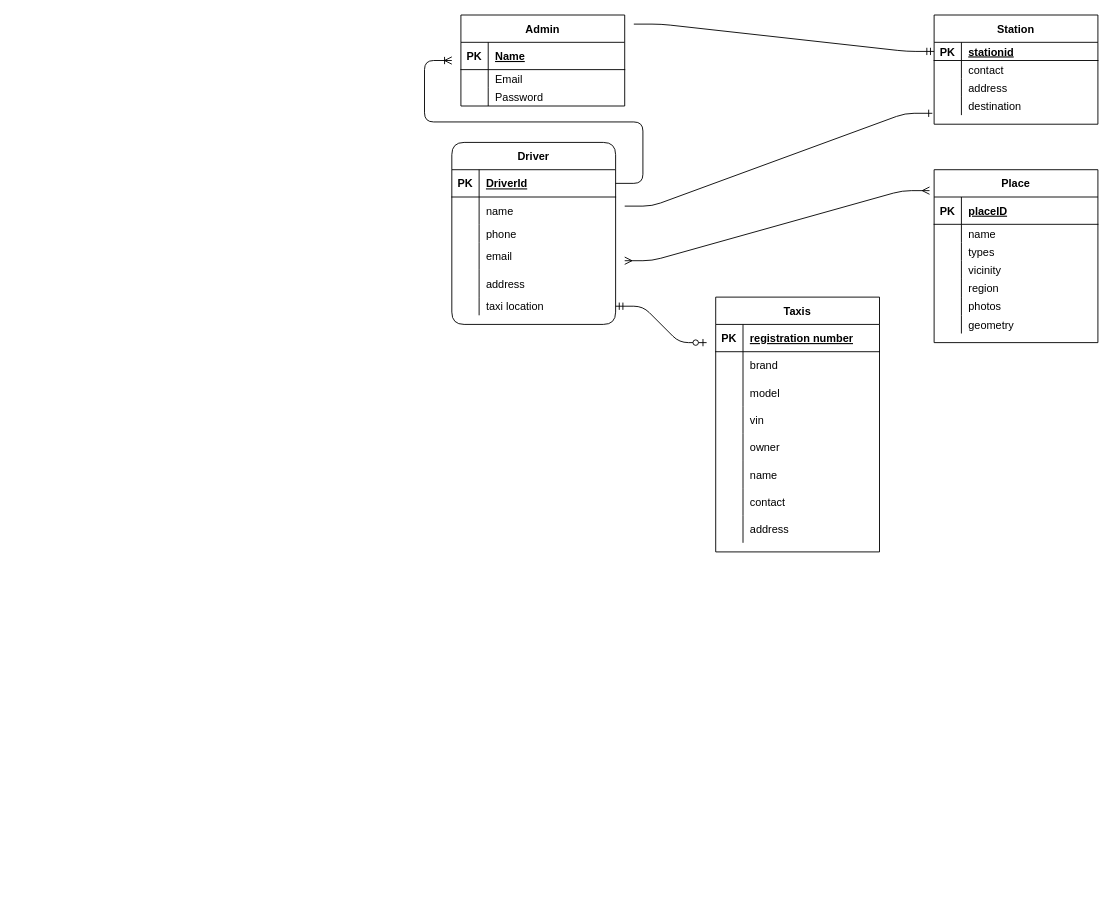
Above: src/api/v1/models/Untitled Diagram.drawio in isaacgyamfi/transitter-api (draw.io), before the change. Source tidied: cells renumbered, new cells numbered last; positions are measured from the earlier drawing's top-left corner, leaving out a move shared by most shapes. Both pictures are drawn from the tidied source at 91%, with x=0, y=0 at pixel (451, 15).
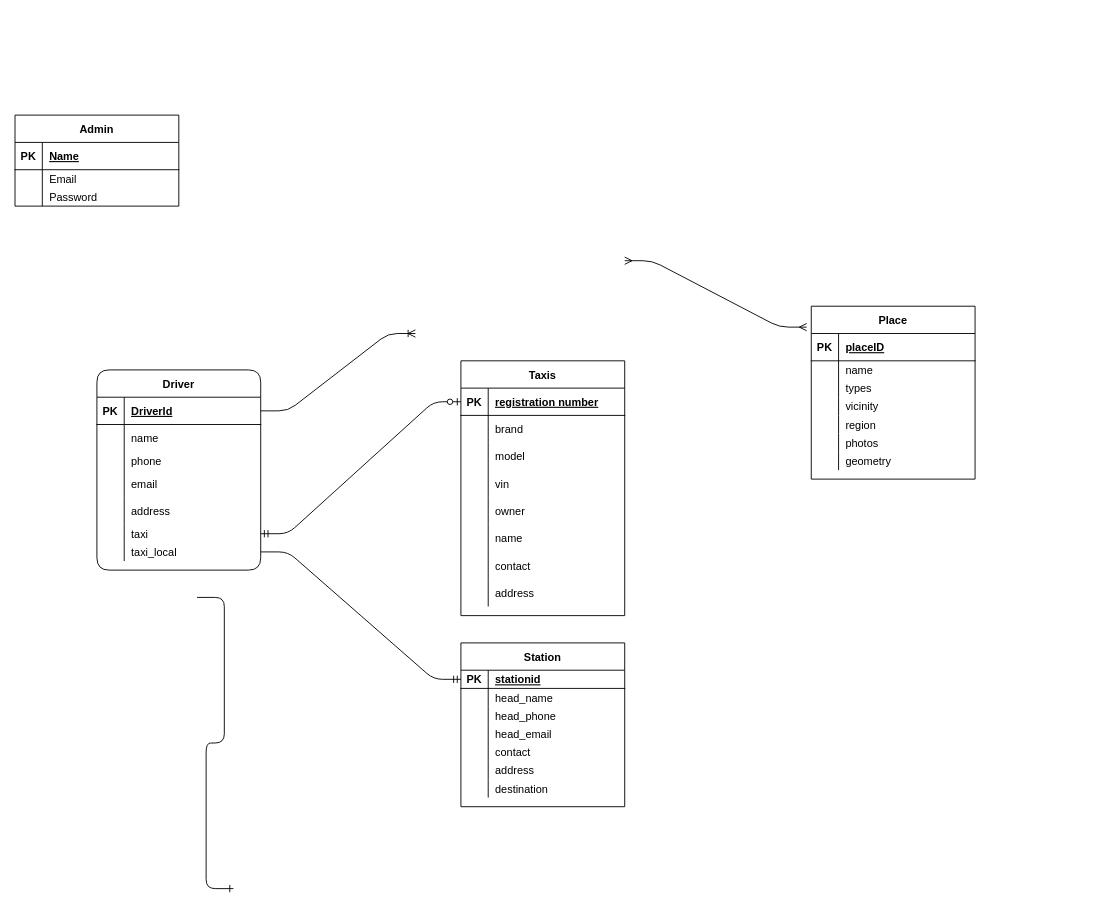
The same diagram, later.

The change refers to these unchanged cells:
```xml
<mxCell id="3" style="shape=partialRectangle;fillColor=none;top=0;left=0;bottom=1;right=0;points=[[0,0.5],[1,0.5]];portConstraint=eastwest;" parent="2" vertex="1">
  <mxGeometry y="30" width="180" height="20" as="geometry" />
</mxCell>
<mxCell id="26" style="shape=partialRectangle;fillColor=none;top=0;left=0;bottom=1;right=0;points=[[0,0.5],[1,0.5]];portConstraint=eastwest;" parent="25" vertex="1">
  <mxGeometry y="30" width="180" height="30" as="geometry" />
</mxCell>
<mxCell id="71" style="shape=partialRectangle;fillColor=none;top=0;left=0;bottom=1;right=0;points=[[0,0.5],[1,0.5]];portConstraint=eastwest;" parent="70" vertex="1">
  <mxGeometry y="30" width="180" height="30" as="geometry" />
</mxCell>
```

Diff of the diagram source:
```diff
@@
     <mxCell id="2" value="Station" style="shape=table;startSize=30;childLayout=tableLayout;rowLines=0;fontStyle=1;align=center;" parent="1" vertex="1">
-      <mxGeometry x="530" width="180" height="120" as="geometry" />
+      <mxGeometry x="10" y="690" width="180" height="180" as="geometry" />
     </mxCell>
@@
+    <mxCell id="96" style="shape=partialRectangle;fillColor=none;top=0;left=0;bottom=0;right=0;" parent="2" vertex="1">
+      <mxGeometry y="50" width="180" height="20" as="geometry" />
+    </mxCell>
+    <mxCell id="97" style="shape=partialRectangle;fillColor=none;top=0;left=0;bottom=0;right=0;overflow=hidden;" parent="96" vertex="1">
+      <mxGeometry width="30" height="20" as="geometry" />
+    </mxCell>
+    <mxCell id="98" value="head_name" style="shape=partialRectangle;fillColor=none;top=0;left=0;bottom=0;right=0;align=left;spacingLeft=6;overflow=hidden;" parent="96" vertex="1">
+      <mxGeometry x="30" width="150" height="20" as="geometry" />
+    </mxCell>
+    <mxCell id="99" style="shape=partialRectangle;fillColor=none;top=0;left=0;bottom=0;right=0;" parent="2" vertex="1">
+      <mxGeometry y="70" width="180" height="20" as="geometry" />
+    </mxCell>
+    <mxCell id="100" style="shape=partialRectangle;fillColor=none;top=0;left=0;bottom=0;right=0;overflow=hidden;" parent="99" vertex="1">
+      <mxGeometry width="30" height="20" as="geometry" />
+    </mxCell>
+    <mxCell id="101" value="head_phone" style="shape=partialRectangle;fillColor=none;top=0;left=0;bottom=0;right=0;align=left;spacingLeft=6;overflow=hidden;" parent="99" vertex="1">
+      <mxGeometry x="30" width="150" height="20" as="geometry" />
+    </mxCell>
+    <mxCell id="102" style="shape=partialRectangle;fillColor=none;top=0;left=0;bottom=0;right=0;" parent="2" vertex="1">
+      <mxGeometry y="90" width="180" height="20" as="geometry" />
+    </mxCell>
+    <mxCell id="103" style="shape=partialRectangle;fillColor=none;top=0;left=0;bottom=0;right=0;overflow=hidden;" parent="102" vertex="1">
+      <mxGeometry width="30" height="20" as="geometry" />
+    </mxCell>
+    <mxCell id="104" value="head_email" style="shape=partialRectangle;fillColor=none;top=0;left=0;bottom=0;right=0;align=left;spacingLeft=6;overflow=hidden;" parent="102" vertex="1">
+      <mxGeometry x="30" width="150" height="20" as="geometry" />
+    </mxCell>
     <mxCell id="6" style="shape=partialRectangle;fillColor=none;top=0;left=0;bottom=0;right=0;" parent="2" vertex="1">
-      <mxGeometry y="50" width="180" height="20" as="geometry" />
+      <mxGeometry y="110" width="180" height="20" as="geometry" />
     </mxCell>
@@
     <mxCell id="9" style="shape=partialRectangle;fillColor=none;top=0;left=0;bottom=0;right=0;" parent="2" vertex="1">
-      <mxGeometry y="70" width="180" height="20" as="geometry" />
+      <mxGeometry y="130" width="180" height="20" as="geometry" />
     </mxCell>
@@
     <mxCell id="12" style="shape=partialRectangle;fillColor=none;top=0;left=0;bottom=0;right=0;points=[[0,0.5],[1,0.5]];portConstraint=eastwest;" parent="2" vertex="1">
-      <mxGeometry y="90" width="180" height="20" as="geometry" />
+      <mxGeometry y="150" width="180" height="20" as="geometry" />
     </mxCell>
@@
     <mxCell id="15" value="Admin" style="shape=table;startSize=30;childLayout=tableLayout;rowLines=0;fontStyle=1;align=center;" parent="1" vertex="1">
-      <mxGeometry x="10" width="180" height="100" as="geometry" />
+      <mxGeometry x="-480" y="110" width="180" height="100" as="geometry" />
     </mxCell>
@@
     <mxCell id="25" value="Driver" style="shape=table;startSize=30;childLayout=tableLayout;rowLines=0;fontStyle=1;align=center;rounded=1;" parent="1" vertex="1">
-      <mxGeometry y="140" width="180" height="200" as="geometry" />
+      <mxGeometry x="-390" y="390" width="180" height="220" as="geometry" />
     </mxCell>
@@
+    <mxCell id="105" style="shape=partialRectangle;fillColor=none;top=0;left=0;bottom=0;right=0;points=[[0,0.5],[1,0.5]];portConstraint=eastwest;" parent="25" vertex="1">
+      <mxGeometry y="170" width="180" height="20" as="geometry" />
+    </mxCell>
+    <mxCell id="106" style="shape=partialRectangle;fillColor=none;top=0;left=0;bottom=0;right=0;overflow=hidden;" parent="105" vertex="1">
+      <mxGeometry width="30" height="20" as="geometry" />
+    </mxCell>
+    <mxCell id="107" value="taxi" style="shape=partialRectangle;fillColor=none;top=0;left=0;bottom=0;right=0;align=left;spacingLeft=6;overflow=hidden;" parent="105" vertex="1">
+      <mxGeometry x="30" width="150" height="20" as="geometry" />
+    </mxCell>
     <mxCell id="41" style="shape=partialRectangle;fillColor=none;top=0;left=0;bottom=0;right=0;points=[[0,0.5],[1,0.5]];portConstraint=eastwest;" parent="25" vertex="1">
-      <mxGeometry y="170" width="180" height="20" as="geometry" />
+      <mxGeometry y="190" width="180" height="20" as="geometry" />
     </mxCell>
@@
-    <mxCell id="43" value="taxi location" style="shape=partialRectangle;fillColor=none;top=0;left=0;bottom=0;right=0;align=left;spacingLeft=6;overflow=hidden;" parent="41" vertex="1">
+    <mxCell id="43" value="taxi_local" style="shape=partialRectangle;fillColor=none;top=0;left=0;bottom=0;right=0;align=left;spacingLeft=6;overflow=hidden;" parent="41" vertex="1">
       <mxGeometry x="30" width="150" height="20" as="geometry" />
     </mxCell>
     <mxCell id="44" value="Place" style="shape=table;startSize=30;childLayout=tableLayout;rowLines=0;fontStyle=1;align=center;" parent="1" vertex="1">
-      <mxGeometry x="530" y="170" width="180" height="190" as="geometry" />
+      <mxGeometry x="395" y="320" width="180" height="190" as="geometry" />
     </mxCell>
@@
     <mxCell id="66" style="edgeStyle=entityRelationEdgeStyle;fontSize=12;html=1;endArrow=ERoneToMany;exitX=1;exitY=0.5;exitDx=0;exitDy=0;" parent="1" edge="1" source="26">
       <mxGeometry relative="1" as="geometry">
-        <mxPoint y="50" as="targetPoint" />
+        <mxPoint x="-40" y="350" as="targetPoint" />
       </mxGeometry>
     </mxCell>
-    <mxCell id="67" style="edgeStyle=entityRelationEdgeStyle;fontSize=12;html=1;endArrow=ERone;endFill=1;entryX=-0.011;entryY=0.9;entryDx=0;entryDy=0;entryPerimeter=0;" parent="1" edge="1" target="12">
+    <mxCell id="67" style="edgeStyle=entityRelationEdgeStyle;fontSize=12;html=1;endArrow=ERone;endFill=1;" parent="1" edge="1">
       <mxGeometry relative="1" as="geometry">
-        <mxPoint x="190" y="210" as="sourcePoint" />
+        <mxPoint x="-280" y="640" as="sourcePoint" />
+        <mxPoint x="-240" y="960" as="targetPoint" />
       </mxGeometry>
     </mxCell>
@@
-    <mxCell id="69" style="edgeStyle=entityRelationEdgeStyle;fontSize=12;html=1;endArrow=ERmandOne;entryX=0;entryY=0.5;entryDx=0;entryDy=0;" parent="1" edge="1" target="3">
-      <mxGeometry relative="1" as="geometry">
-        <mxPoint x="200" y="10" as="sourcePoint" />
-      </mxGeometry>
+    <mxCell id="69" style="edgeStyle=entityRelationEdgeStyle;fontSize=12;html=1;endArrow=ERmandOne;entryX=0;entryY=0.5;entryDx=0;entryDy=0;exitX=1;exitY=0.5;exitDx=0;exitDy=0;" parent="1" edge="1" source="41" target="3">
+      <mxGeometry relative="1" as="geometry" />
     </mxCell>
     <mxCell id="70" value="Taxis" style="shape=table;startSize=30;childLayout=tableLayout;rowLines=0;fontStyle=1;align=center;rounded=0;sketch=0;" parent="1" vertex="1">
-      <mxGeometry x="290" y="310" width="180" height="280" as="geometry" />
+      <mxGeometry x="10" y="380" width="180" height="280" as="geometry" />
     </mxCell>
@@
-    <mxCell id="95" style="edgeStyle=entityRelationEdgeStyle;fontSize=12;html=1;endArrow=ERzeroToOne;startArrow=ERmandOne;exitX=1;exitY=0.5;exitDx=0;exitDy=0;" parent="1" edge="1" source="41">
-      <mxGeometry relative="1" as="geometry">
-        <mxPoint x="280" y="360" as="targetPoint" />
-      </mxGeometry>
+    <mxCell id="95" style="edgeStyle=entityRelationEdgeStyle;fontSize=12;html=1;endArrow=ERzeroToOne;startArrow=ERmandOne;exitX=1;exitY=0.5;exitDx=0;exitDy=0;entryX=0;entryY=0.5;entryDx=0;entryDy=0;" parent="1" edge="1" source="105" target="71">
+      <mxGeometry relative="1" as="geometry" />
     </mxCell>
```
